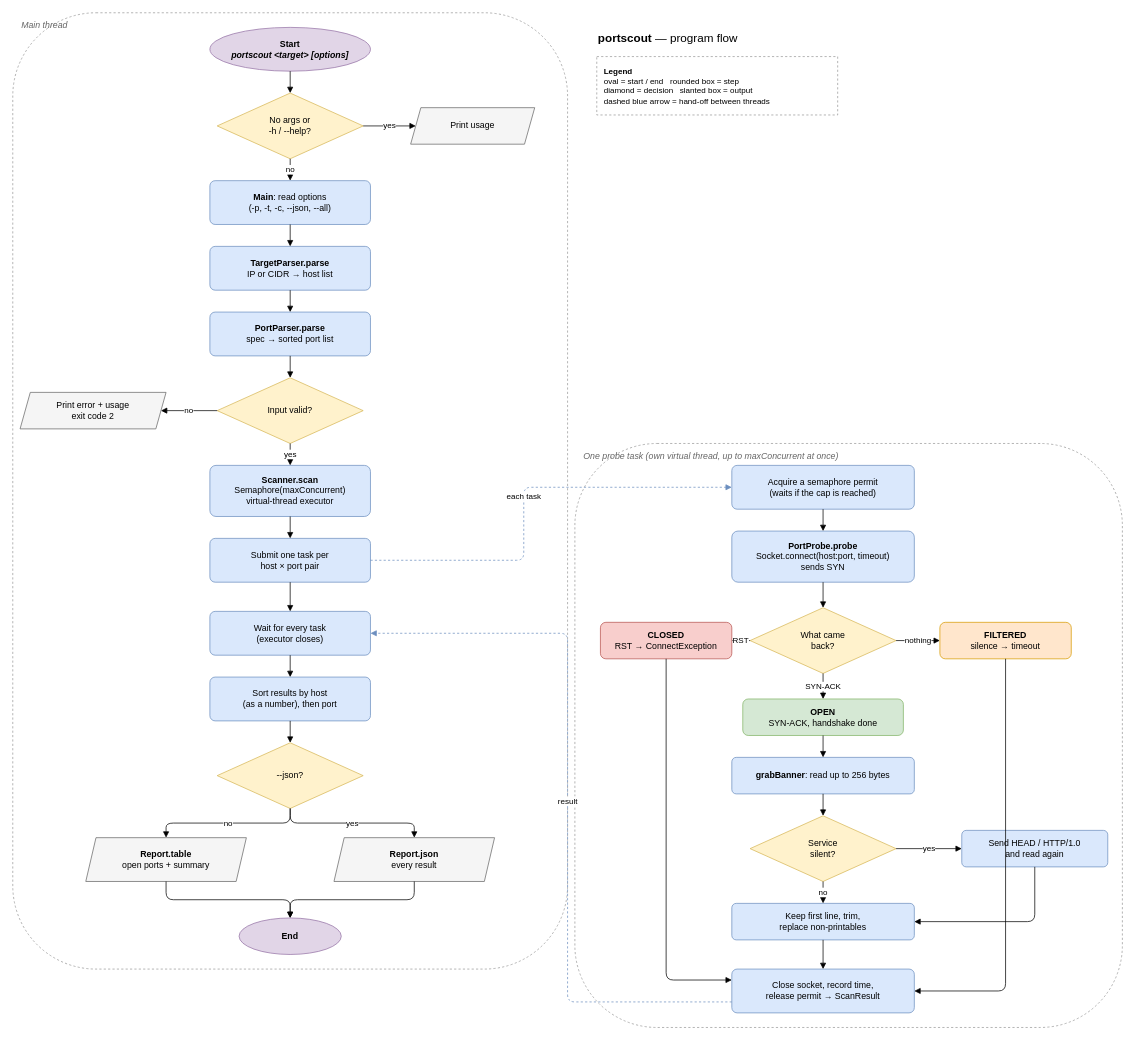
Above: docs/portscout-flow.drawio in AoceanP/portscout (draw.io), before the change. Source tidied: cells renumbered, new cells numbered last; positions are measured from the earlier drawing's top-left corner, leaving out a move shared by most shapes. Both pictures are drawn from the tidied source at 73%, with x=0, y=0 at pixel (12, 12).
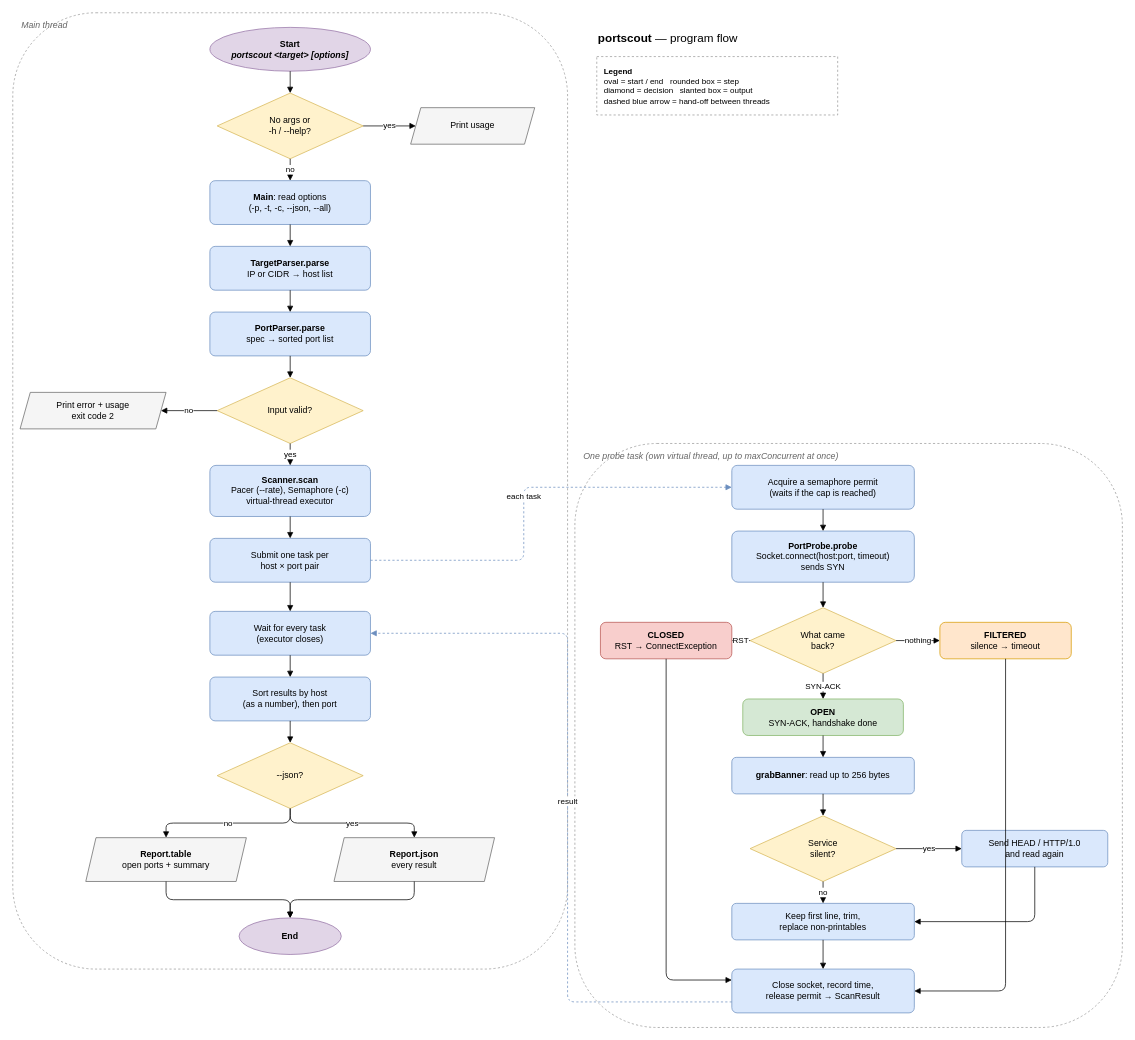
The same diagram, later.

What changed in the source:
```diff
@@
-    <mxCell id="12" value="&lt;b&gt;Scanner.scan&lt;/b&gt;&lt;br&gt;Semaphore(maxConcurrent)&lt;br&gt;virtual-thread executor" style="rounded=1;whiteSpace=wrap;html=1;fillColor=#dae8fc;strokeColor=#6c8ebf;arcSize=12;" parent="1" vertex="1">
+    <mxCell id="12" value="&lt;b&gt;Scanner.scan&lt;/b&gt;&lt;br&gt;Pacer (--rate), Semaphore (-c)&lt;br&gt;virtual-thread executor" style="rounded=1;whiteSpace=wrap;html=1;fillColor=#dae8fc;strokeColor=#6c8ebf;arcSize=12;" parent="1" vertex="1">
       <mxGeometry x="270" y="620" width="220" height="70" as="geometry" />
     </mxCell>
```
